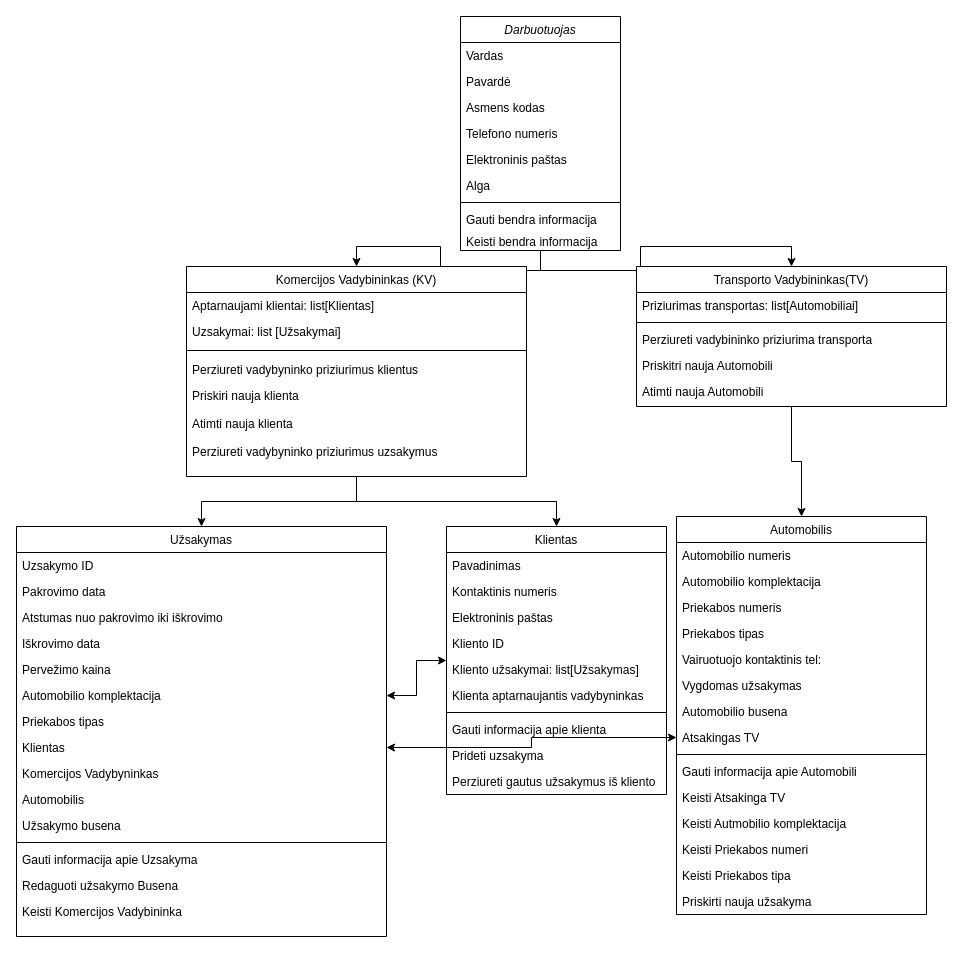
The draw.io diagram miniProjektas.drawio in DDRAV/Miniprojektas-klusterizacija-klasifikacija-, before the edit. Source tidied: cells renumbered, new cells numbered last; positions are measured from the earlier drawing's top-left corner, leaving out a move shared by most shapes. Both pictures are drawn from the tidied source at 100%, with x=0, y=0 at pixel (16, 16).
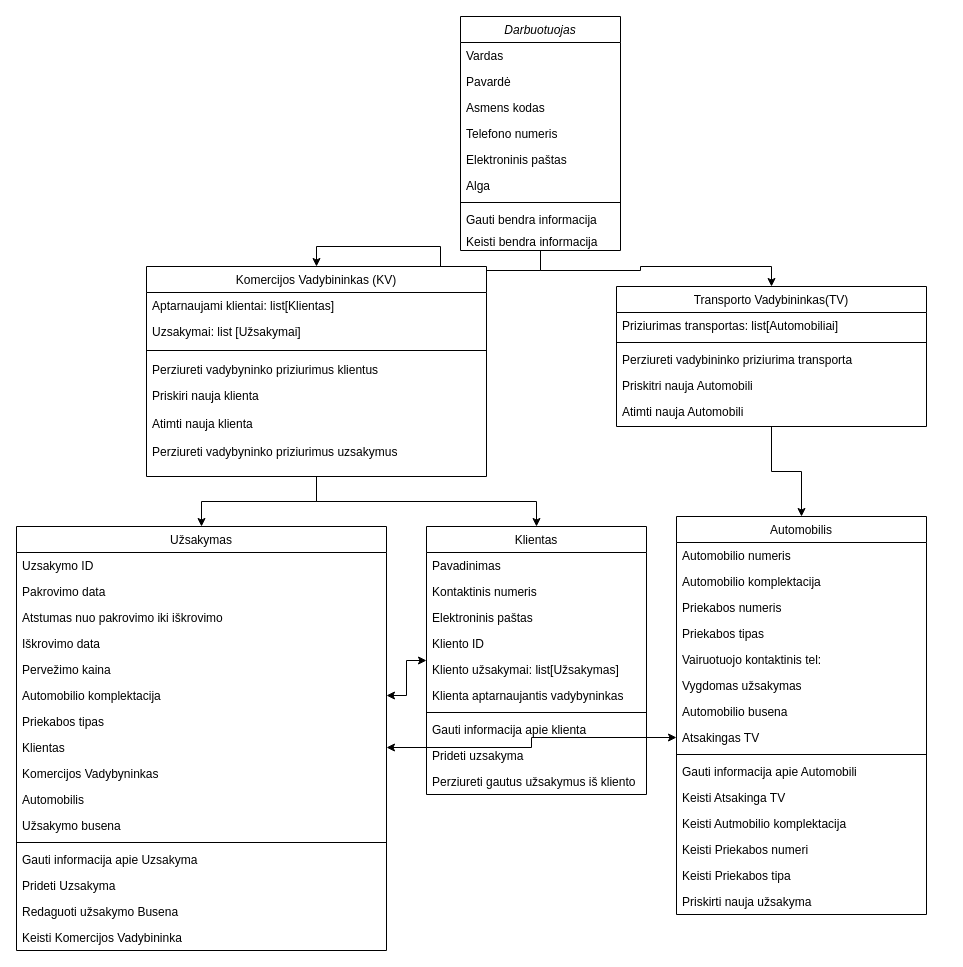
After the change.

What changed in the source:
```diff
@@
     <mxCell id="15" value="Transporto Vadybininkas(TV)" style="swimlane;fontStyle=0;align=center;verticalAlign=top;horizontal=1;startSize=26;rounded=0;shadow=0;strokeWidth=1;" parent="1" vertex="1">
-      <mxGeometry x="620" y="250" width="310" height="140" as="geometry" />
+      <mxGeometry x="600" y="270" width="310" height="140" as="geometry" />
     </mxCell>
@@
     <mxCell id="22" value="Komercijos Vadybininkas (KV)" style="swimlane;fontStyle=0;align=center;verticalAlign=top;horizontal=1;startSize=26;rounded=0;shadow=0;strokeWidth=1;" parent="1" vertex="1">
-      <mxGeometry x="170" y="250" width="340" height="210" as="geometry" />
+      <mxGeometry x="130" y="250" width="340" height="210" as="geometry" />
     </mxCell>
@@
     <mxCell id="30" value="Užsakymas" style="swimlane;fontStyle=0;align=center;verticalAlign=top;horizontal=1;startSize=26;rounded=0;shadow=0;strokeWidth=1;" parent="1" vertex="1">
-      <mxGeometry y="510" width="370" height="410" as="geometry" />
+      <mxGeometry y="510" width="370" height="424" as="geometry" />
     </mxCell>
@@
+    <mxCell id="76" value="Prideti Uzsakyma" style="text;align=left;verticalAlign=top;spacingLeft=4;spacingRight=4;overflow=hidden;" parent="30" vertex="1">
+      <mxGeometry y="346" width="370" height="26" as="geometry" />
+    </mxCell>
     <mxCell id="44" value="Redaguoti užsakymo Busena" style="text;align=left;verticalAlign=top;spacingLeft=4;spacingRight=4;overflow=hidden;" parent="30" vertex="1">
-      <mxGeometry y="346" width="370" height="26" as="geometry" />
+      <mxGeometry y="372" width="370" height="26" as="geometry" />
     </mxCell>
     <mxCell id="45" value="Keisti Komercijos Vadybininka" style="text;align=left;verticalAlign=top;spacingLeft=4;spacingRight=4;overflow=hidden;" parent="30" vertex="1">
-      <mxGeometry y="372" width="370" height="26" as="geometry" />
+      <mxGeometry y="398" width="370" height="26" as="geometry" />
     </mxCell>
@@
     <mxCell id="64" value="Klientas" style="swimlane;fontStyle=0;align=center;verticalAlign=top;horizontal=1;startSize=26;rounded=0;shadow=0;strokeWidth=1;" parent="1" vertex="1">
-      <mxGeometry x="430" y="510" width="220" height="268" as="geometry" />
+      <mxGeometry x="410" y="510" width="220" height="268" as="geometry" />
     </mxCell>
```
